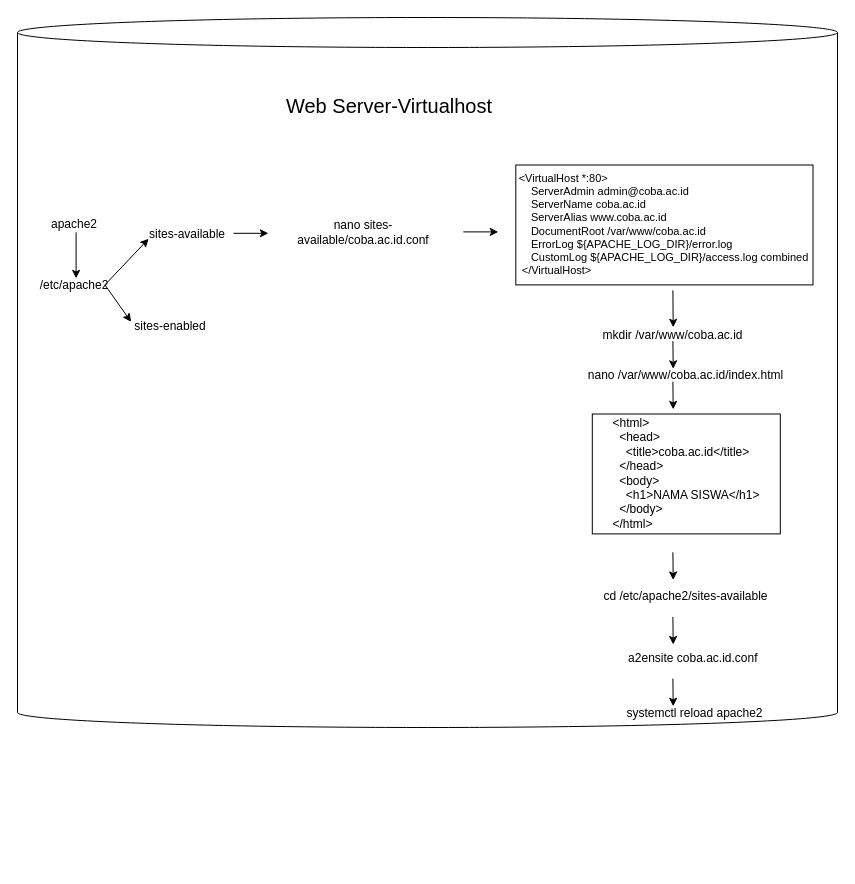
Above: WEB.drawio in anggundb/administrasi-sistem-jaringan (draw.io), before the change. Source tidied: cells renumbered, new cells numbered last; positions are measured from the earlier drawing's top-left corner, leaving out a move shared by most shapes. Both pictures are drawn from the tidied source at 100%, with x=0, y=0 at pixel (17, 17).
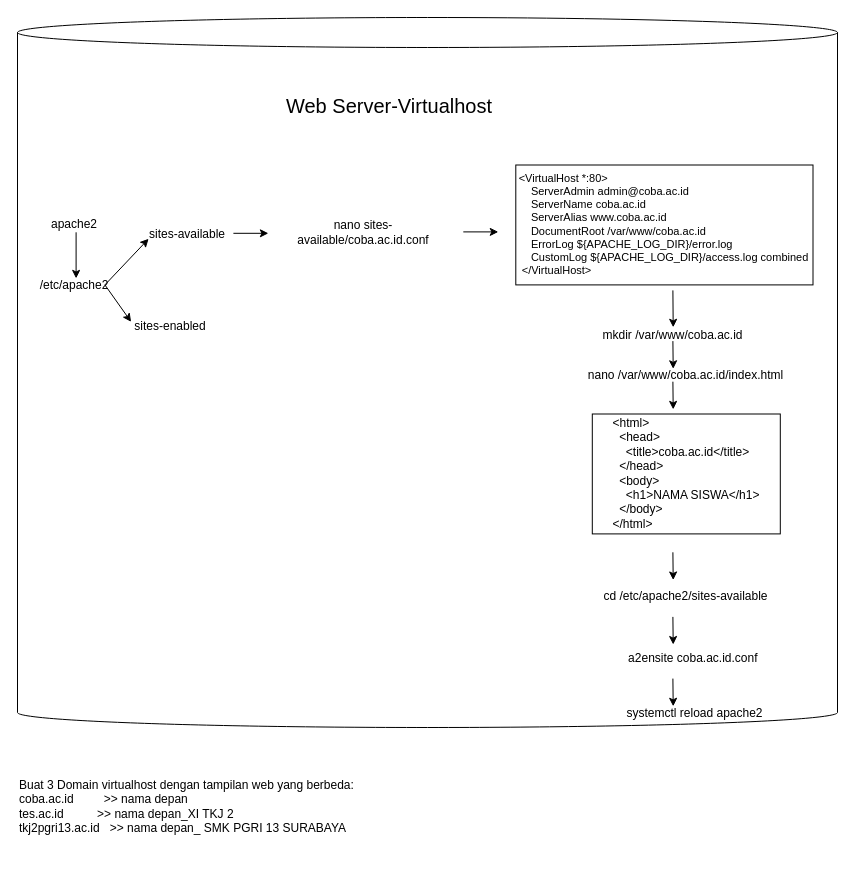
Above is the later version.

Diff of the diagram source:
```diff
@@
+    <mxCell id="28" value="&lt;div&gt;Buat 3 Domain virtualhost dengan tampilan web yang berbeda:&lt;/div&gt;&lt;div&gt;coba.ac.id&amp;nbsp; &amp;nbsp; &amp;nbsp; &amp;nbsp; &amp;nbsp;&amp;gt;&amp;gt; nama depan&lt;/div&gt;&lt;div&gt;tes.ac.id&amp;nbsp; &amp;nbsp; &amp;nbsp; &amp;nbsp; &amp;nbsp; &amp;gt;&amp;gt; nama depan_XI TKJ 2&lt;/div&gt;&lt;div&gt;tkj2pgri13.ac.id&amp;nbsp; &amp;nbsp;&amp;gt;&amp;gt; nama depan_ SMK PGRI 13 SURABAYA&lt;/div&gt;" style="text;html=1;strokeColor=none;fillColor=none;align=left;verticalAlign=middle;whiteSpace=wrap;rounded=0;" parent="1" vertex="1">
+      <mxGeometry y="729" width="390" height="120" as="geometry" />
+    </mxCell>
```
